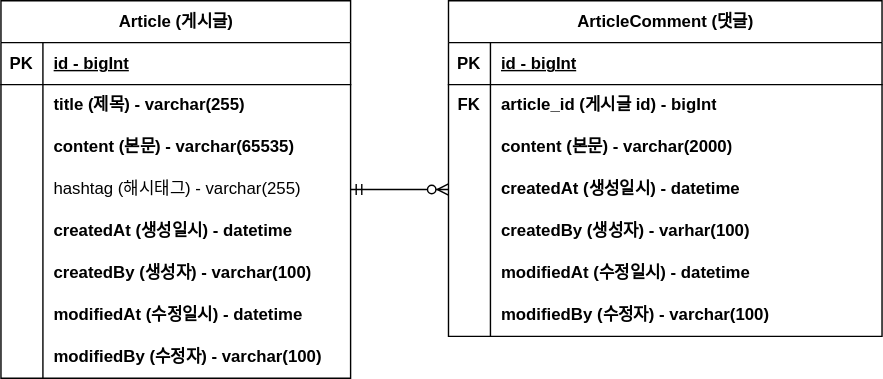
Before: document/dash-board-erd.svg, a diagram exported from draw.io (Jung9928/Simple_Dashboard). Source tidied: cells renumbered, new cells last; positions are measured from the earlier drawing's top-left corner, leaving out a move shared by most shapes.
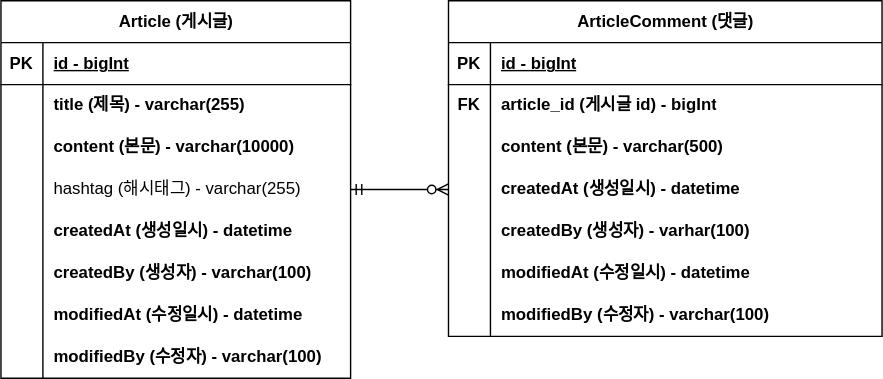
After the change.

Commit message:
#10 - erd 업데이트: content 사이즈 변경

The edit, as a diff of the source:
```diff
@@ -32,7 +32,7 @@
     <mxCell id="11" style="shape=partialRectangle;fillColor=none;top=0;left=0;bottom=0;right=0;overflow=hidden;whiteSpace=wrap;html=1;fontStyle=1;" parent="10" vertex="1">
       <mxGeometry width="30" height="30" as="geometry" />
     </mxCell>
-    <mxCell id="12" value="content (본문) - varchar(65535)" style="shape=partialRectangle;fillColor=none;top=0;left=0;bottom=0;right=0;align=left;spacingLeft=6;overflow=hidden;whiteSpace=wrap;html=1;fontStyle=1;" parent="10" vertex="1">
+    <mxCell id="12" value="content (본문) - varchar(10000)" style="shape=partialRectangle;fillColor=none;top=0;left=0;bottom=0;right=0;align=left;spacingLeft=6;overflow=hidden;whiteSpace=wrap;html=1;fontStyle=1;" parent="10" vertex="1">
       <mxGeometry x="30" width="220" height="30" as="geometry" />
     </mxCell>
     <mxCell id="13" style="shape=tableRow;horizontal=0;startSize=0;swimlaneHead=0;swimlaneBody=0;fillColor=none;points=[[0,0.5],[1,0.5]];portConstraint=eastwest;top=0;left=0;right=0;bottom=0;fontStyle=1;" parent="3" vertex="1">
@@ -107,7 +107,7 @@
     <mxCell id="36" style="shape=partialRectangle;fillColor=none;top=0;left=0;bottom=0;right=0;overflow=hidden;whiteSpace=wrap;html=1;fontStyle=1;" parent="35" vertex="1">
       <mxGeometry width="30" height="30" as="geometry" />
     </mxCell>
-    <mxCell id="37" value="content (본문) - varchar(2000)" style="shape=partialRectangle;fillColor=none;top=0;left=0;bottom=0;right=0;align=left;spacingLeft=6;overflow=hidden;whiteSpace=wrap;html=1;fontStyle=1;" parent="35" vertex="1">
+    <mxCell id="37" value="content (본문) - varchar(500)" style="shape=partialRectangle;fillColor=none;top=0;left=0;bottom=0;right=0;align=left;spacingLeft=6;overflow=hidden;whiteSpace=wrap;html=1;fontStyle=1;" parent="35" vertex="1">
       <mxGeometry x="30" width="280" height="30" as="geometry" />
     </mxCell>
     <mxCell id="38" style="shape=tableRow;horizontal=0;startSize=0;swimlaneHead=0;swimlaneBody=0;fillColor=none;points=[[0,0.5],[1,0.5]];portConstraint=eastwest;top=0;left=0;right=0;bottom=0;fontStyle=1;" parent="28" vertex="1">
```
